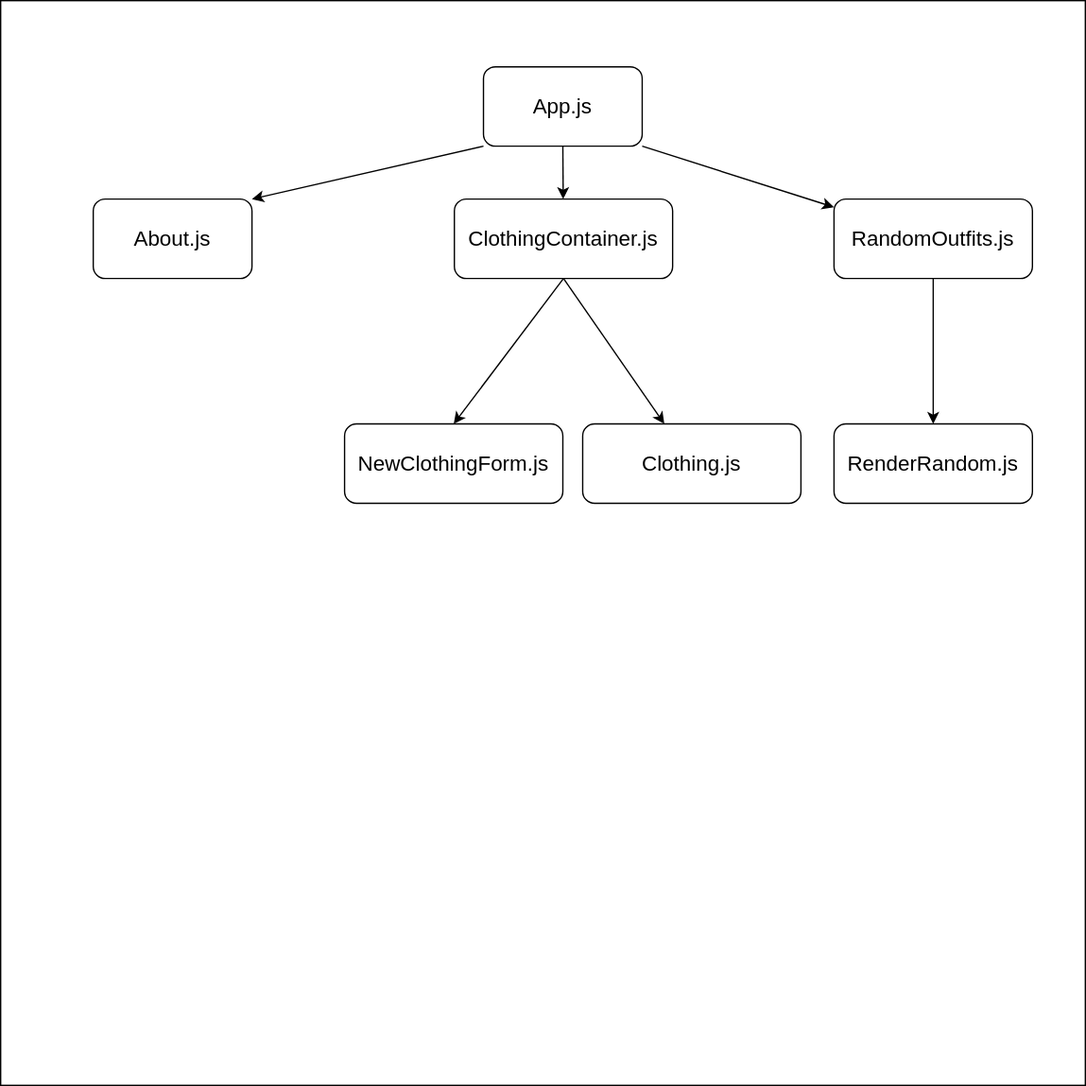
The draw.io diagram src/components/Wireframe.drawio.svg in JadenLund/ClothingApp, before a commit. Source tidied: cells renumbered, new cells last; positions are measured from the earlier drawing's top-left corner, leaving out a move shared by most shapes.
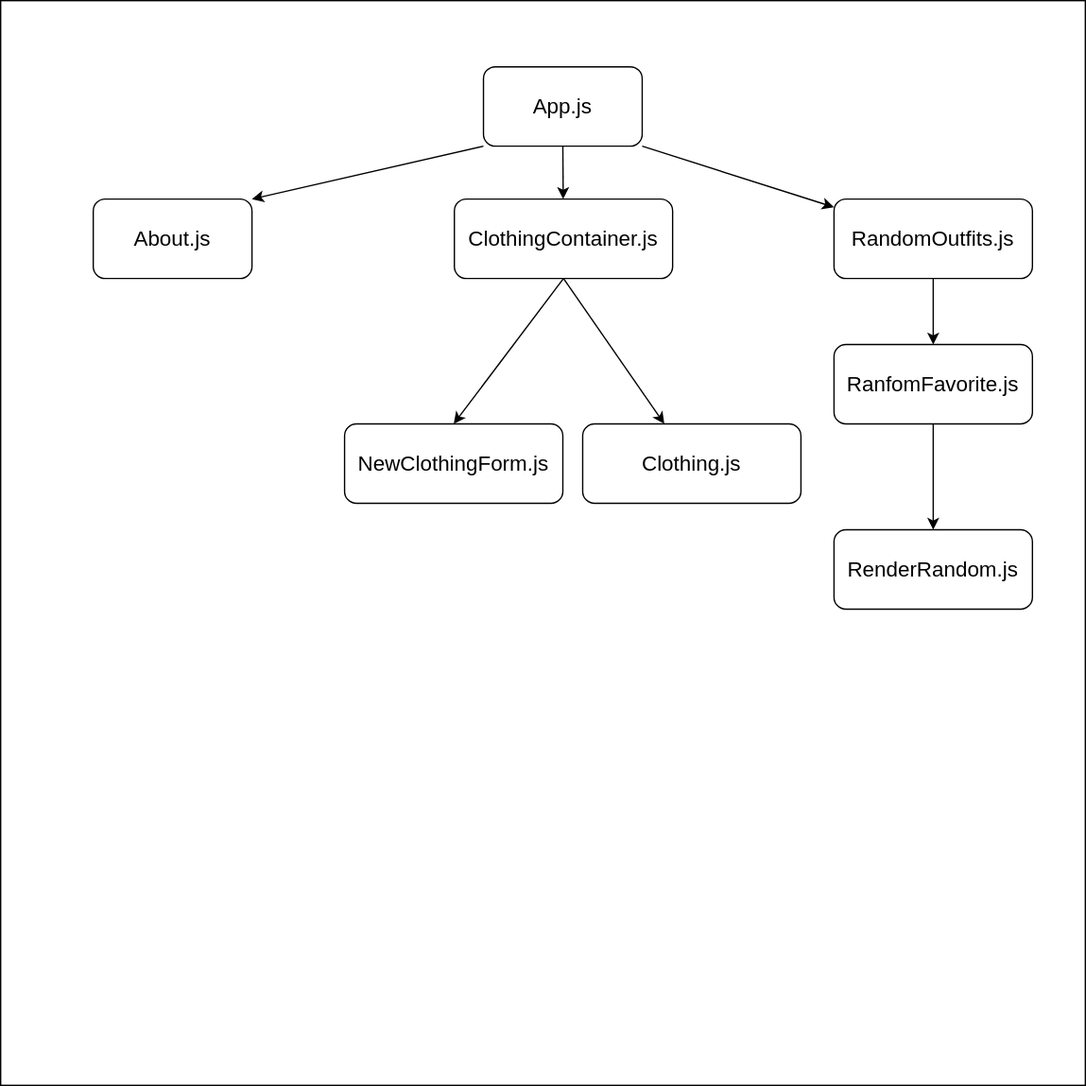
The same file after the commit.

Change to the diagram source:
```diff
@@ -29,8 +29,10 @@
     <mxCell id="10" value="&lt;font size=&quot;3&quot;&gt;ClothingContainer.js&lt;/font&gt;" style="rounded=1;whiteSpace=wrap;html=1;" parent="1" vertex="1">
       <mxGeometry x="343" y="150" width="165" height="60" as="geometry" />
     </mxCell>
-    <mxCell id="11" style="edgeStyle=none;html=1;exitX=0.5;exitY=1;exitDx=0;exitDy=0;fontSize=14;" parent="1" edge="1" source="12" target="15">
-      <mxGeometry relative="1" as="geometry" />
+    <mxCell id="11" style="edgeStyle=none;html=1;exitX=0.5;exitY=1;exitDx=0;exitDy=0;fontSize=14;" parent="1" edge="1" source="12">
+      <mxGeometry relative="1" as="geometry">
+        <mxPoint x="705" y="260" as="targetPoint" />
+      </mxGeometry>
     </mxCell>
     <mxCell id="12" value="&lt;font size=&quot;3&quot;&gt;RandomOutfits.js&lt;/font&gt;" style="rounded=1;whiteSpace=wrap;html=1;" parent="1" vertex="1">
       <mxGeometry x="630" y="150" width="150" height="60" as="geometry" />
@@ -42,7 +44,13 @@
       <mxGeometry x="260" y="320" width="165" height="60" as="geometry" />
     </mxCell>
     <mxCell id="15" value="&lt;font size=&quot;3&quot;&gt;RenderRandom.js&lt;/font&gt;" style="rounded=1;whiteSpace=wrap;html=1;" parent="1" vertex="1">
-      <mxGeometry x="630" y="320" width="150" height="60" as="geometry" />
+      <mxGeometry x="630" y="400" width="150" height="60" as="geometry" />
     </mxCell>
+    <mxCell id="16" style="edgeStyle=none;html=1;exitX=0.5;exitY=1;exitDx=0;exitDy=0;" parent="1" edge="1" source="17" target="15">
+      <mxGeometry relative="1" as="geometry" />
+    </mxCell>
+    <mxCell id="17" value="&lt;font size=&quot;3&quot;&gt;RanfomFavorite.js&lt;/font&gt;" style="rounded=1;whiteSpace=wrap;html=1;" parent="1" vertex="1">
+      <mxGeometry x="630" y="260" width="150" height="60" as="geometry" />
+    </mxCell>
   </root>
 </mxGraphModel>
```
